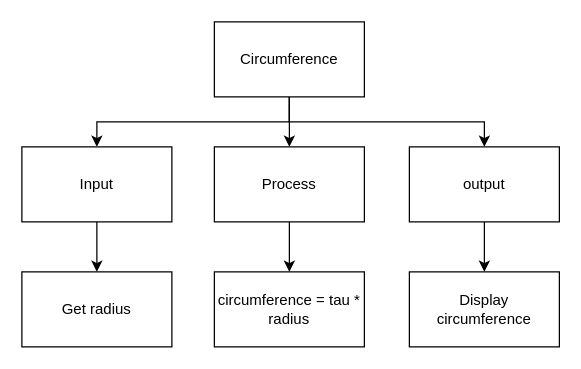
The draw.io diagram page "Top Down" (1 of 2) of design.drawio in Samuel-Webster-178/ICS3U-Assignment-03-Python, before the edit. Source tidied: cells renumbered, new cells numbered last; positions are measured from the earlier drawing's top-left corner, leaving out a move shared by most shapes. Both pictures are drawn from the tidied source at 125%, with x=0, y=0 at pixel (21, 21).
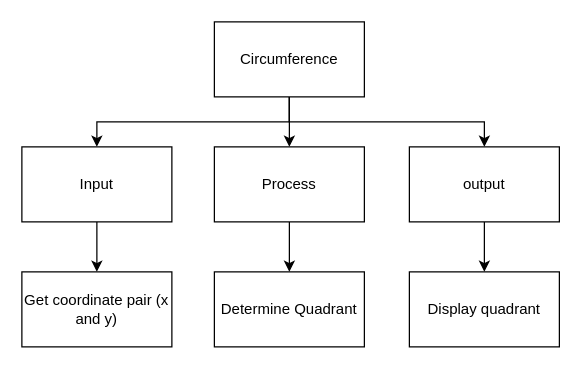
The same page after the edit.

Change to the diagram source:
```diff
@@
 <mxGraphModel>
   <root>
     <mxCell id="0" />
     <mxCell id="1" parent="0" />
     <mxCell id="2" style="edgeStyle=none;html=1;" parent="1" edge="1" source="5" target="9">
       <mxGeometry relative="1" as="geometry" />
     </mxCell>
     <mxCell id="3" style="edgeStyle=orthogonalEdgeStyle;html=1;entryX=0.5;entryY=0;entryDx=0;entryDy=0;rounded=0;" parent="1" edge="1" source="5" target="7">
       <mxGeometry relative="1" as="geometry">
         <Array as="points">
           <mxPoint x="214" y="80" />
           <mxPoint x="60" y="80" />
         </Array>
       </mxGeometry>
     </mxCell>
     <mxCell id="4" style="edgeStyle=orthogonalEdgeStyle;html=1;entryX=0.5;entryY=0;entryDx=0;entryDy=0;rounded=0;" parent="1" edge="1" source="5" target="11">
       <mxGeometry relative="1" as="geometry">
         <Array as="points">
           <mxPoint x="214" y="80" />
           <mxPoint x="370" y="80" />
         </Array>
       </mxGeometry>
     </mxCell>
     <mxCell id="5" value="Circumference" style="rounded=0;whiteSpace=wrap;html=1;" parent="1" vertex="1">
       <mxGeometry x="154" width="120" height="60" as="geometry" />
     </mxCell>
     <mxCell id="6" style="edgeStyle=orthogonalEdgeStyle;rounded=0;html=1;" parent="1" edge="1" source="7" target="12">
       <mxGeometry relative="1" as="geometry" />
     </mxCell>
     <mxCell id="7" value="Input" style="rounded=0;whiteSpace=wrap;html=1;" parent="1" vertex="1">
       <mxGeometry y="100" width="120" height="60" as="geometry" />
     </mxCell>
     <mxCell id="8" style="edgeStyle=orthogonalEdgeStyle;rounded=0;html=1;" parent="1" edge="1" source="9" target="13">
       <mxGeometry relative="1" as="geometry" />
     </mxCell>
     <mxCell id="9" value="Process" style="rounded=0;whiteSpace=wrap;html=1;" parent="1" vertex="1">
       <mxGeometry x="154" y="100" width="120" height="60" as="geometry" />
     </mxCell>
     <mxCell id="10" style="edgeStyle=orthogonalEdgeStyle;rounded=0;html=1;" parent="1" edge="1" source="11" target="14">
       <mxGeometry relative="1" as="geometry" />
     </mxCell>
     <mxCell id="11" value="output" style="rounded=0;whiteSpace=wrap;html=1;" parent="1" vertex="1">
       <mxGeometry x="310" y="100" width="120" height="60" as="geometry" />
     </mxCell>
-    <mxCell id="12" value="Get radius" style="rounded=0;whiteSpace=wrap;html=1;" parent="1" vertex="1">
+    <mxCell id="12" value="Get coordinate pair (x and y)" style="rounded=0;whiteSpace=wrap;html=1;" parent="1" vertex="1">
       <mxGeometry y="200" width="120" height="60" as="geometry" />
     </mxCell>
-    <mxCell id="13" value="circumference = tau * radius" style="rounded=0;whiteSpace=wrap;html=1;" parent="1" vertex="1">
+    <mxCell id="13" value="Determine Quadrant" style="rounded=0;whiteSpace=wrap;html=1;" parent="1" vertex="1">
       <mxGeometry x="154" y="200" width="120" height="60" as="geometry" />
     </mxCell>
-    <mxCell id="14" value="Display circumference" style="rounded=0;whiteSpace=wrap;html=1;" parent="1" vertex="1">
+    <mxCell id="14" value="Display quadrant" style="rounded=0;whiteSpace=wrap;html=1;" parent="1" vertex="1">
       <mxGeometry x="310" y="200" width="120" height="60" as="geometry" />
     </mxCell>
   </root>
 </mxGraphModel>
```
